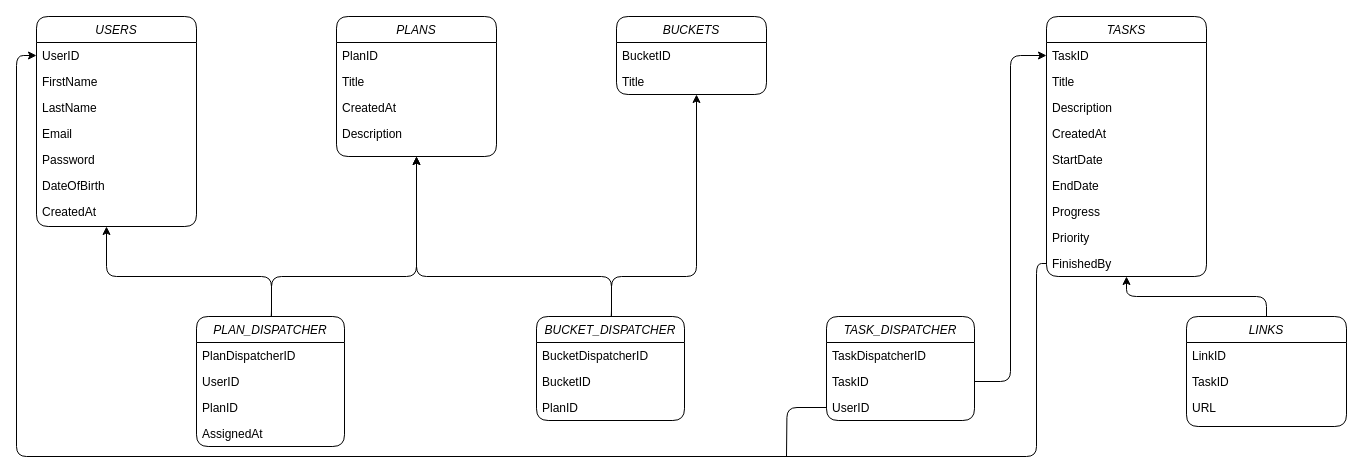
The draw.io diagram Workflow/ChronosDB.drawio in georgecpp/ChronosAPI, before the edit. Source tidied: cells renumbered, new cells numbered last; positions are measured from the earlier drawing's top-left corner, leaving out a move shared by most shapes. Both pictures are drawn from the tidied source at 100%, with x=0, y=0 at pixel (16, 16).
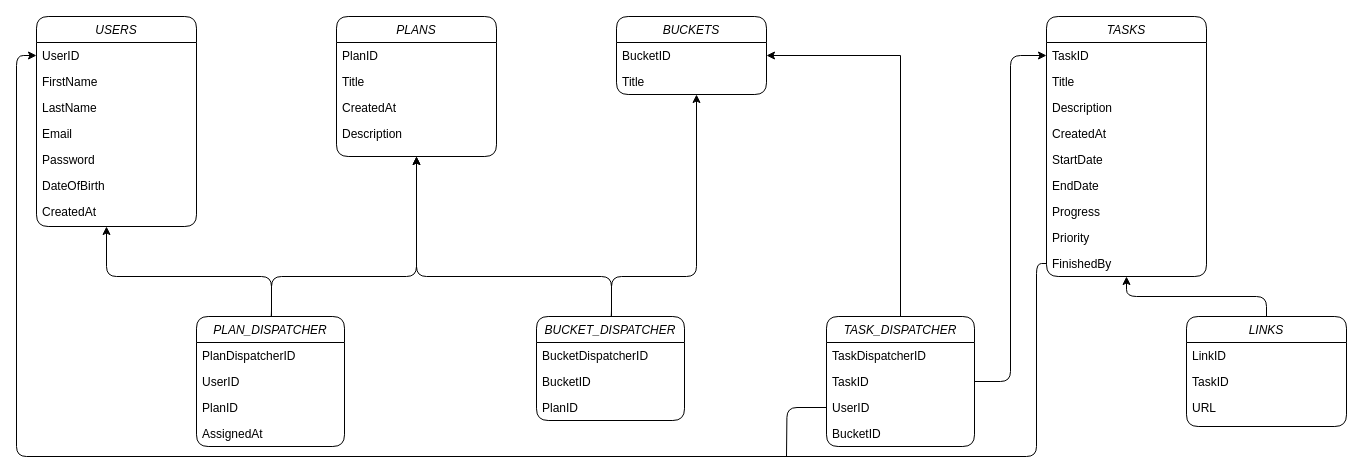
The same diagram, later.

Unchanged cells that the change refers to:
```xml
<mxCell id="25" value="BucketID" style="text;align=left;verticalAlign=top;spacingLeft=4;spacingRight=4;overflow=hidden;points=[[0,0.5],[1,0.5]];portConstraint=eastwest;rounded=0;shadow=0;html=0;" parent="24" vertex="1">
  <mxGeometry y="26" width="150" height="26" as="geometry" />
</mxCell>
```

The edit, as a diff of the source:
```diff
@@
+    <mxCell id="53" style="edgeStyle=orthogonalEdgeStyle;rounded=0;jettySize=auto;html=1;entryX=1;entryY=0.5;entryDx=0;entryDy=0;" parent="1" edge="1" source="46" target="25">
+      <mxGeometry relative="1" as="geometry" />
+    </mxCell>
     <mxCell id="46" value="TASK_DISPATCHER" style="swimlane;fontStyle=2;align=center;verticalAlign=top;horizontal=1;startSize=26;rounded=1;shadow=0;strokeWidth=1;" parent="1" vertex="1">
-      <mxGeometry x="810" y="300" width="148" height="104" as="geometry" />
+      <mxGeometry x="810" y="300" width="148" height="130" as="geometry" />
     </mxCell>
@@
+    <mxCell id="54" value="BucketID&#10;" style="text;align=left;verticalAlign=top;spacingLeft=4;spacingRight=4;overflow=hidden;" parent="46" vertex="1">
+      <mxGeometry y="104" width="148" height="26" as="geometry" />
+    </mxCell>
```
